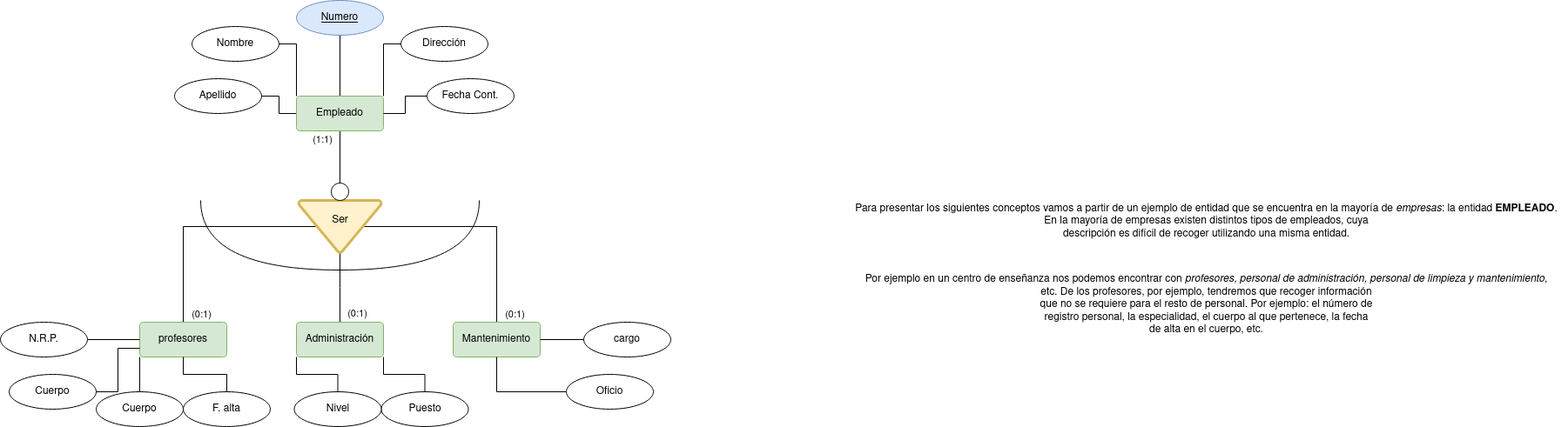
The draw.io diagram tareas base de datos/Actividades_Esquemas/Actividades_Esquemas/ejercicio_7.drawio.png in Angel-L-G/Base-Datos, before a commit. Source tidied: cells renumbered, new cells last; positions are measured from the earlier drawing's top-left corner, leaving out a move shared by most shapes.
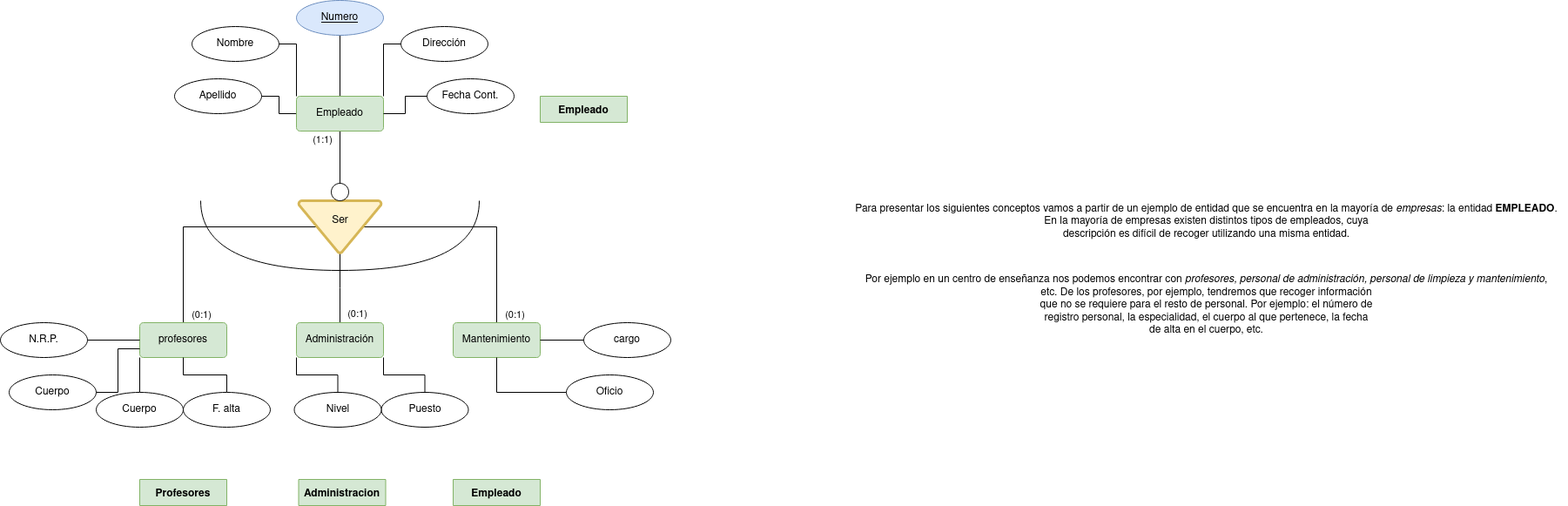
The same file after the commit.

Diff of the diagram source:
```diff
@@ -142,5 +142,17 @@
     <mxCell id="42" value="N.R.P." style="ellipse;whiteSpace=wrap;html=1;align=center;strokeWidth=1;" parent="1" vertex="1">
       <mxGeometry y="370" width="100" height="40" as="geometry" />
     </mxCell>
+    <mxCell id="43" value="Empleado" style="shape=table;startSize=30;rowLines=0;fontStyle=1;align=center;fillColor=#d5e8d4;strokeColor=#82b366;" parent="1" vertex="1" collapsed="1">
+      <mxGeometry x="620" y="110" width="100" height="30" as="geometry" />
+    </mxCell>
+    <mxCell id="44" value="Profesores" style="shape=table;startSize=30;rowLines=0;fontStyle=1;align=center;fillColor=#d5e8d4;strokeColor=#82b366;" parent="1" vertex="1" collapsed="1">
+      <mxGeometry x="160" y="550" width="100" height="30" as="geometry" />
+    </mxCell>
+    <mxCell id="45" value="Administracion" style="shape=table;startSize=30;rowLines=0;fontStyle=1;align=center;fillColor=#d5e8d4;strokeColor=#82b366;" parent="1" vertex="1" collapsed="1">
+      <mxGeometry x="342.5" y="550" width="100" height="30" as="geometry" />
+    </mxCell>
+    <mxCell id="46" value="Empleado" style="shape=table;startSize=30;rowLines=0;fontStyle=1;align=center;fillColor=#d5e8d4;strokeColor=#82b366;" parent="1" vertex="1" collapsed="1">
+      <mxGeometry x="520" y="550" width="100" height="30" as="geometry" />
+    </mxCell>
   </root>
 </mxGraphModel>
```
